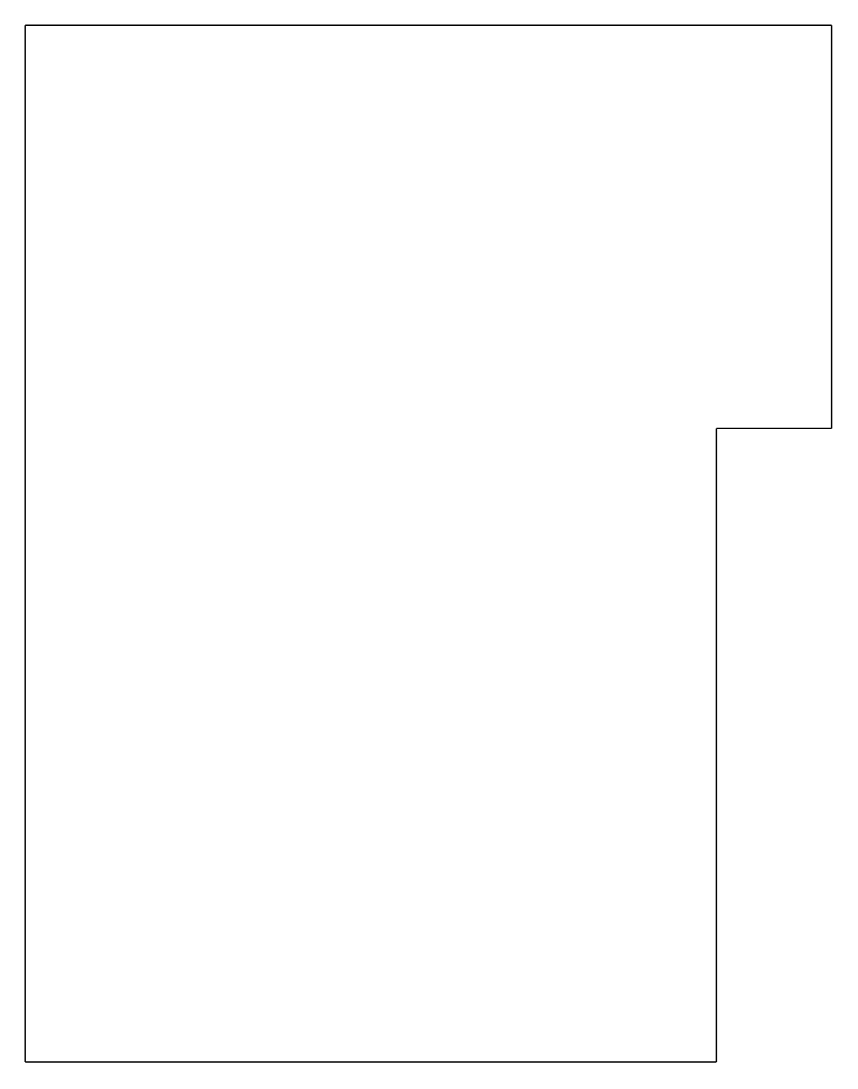
The draw.io diagram iq_office_distribution_AC3.drawio in jojedaiqu/ac3_diagrams, before the edit. Source tidied: cells renumbered, new cells numbered last; positions are measured from the earlier drawing's top-left corner, leaving out a move shared by most shapes. Both pictures are drawn from the tidied source at 144%, with x=0, y=0 at pixel (24, 24).
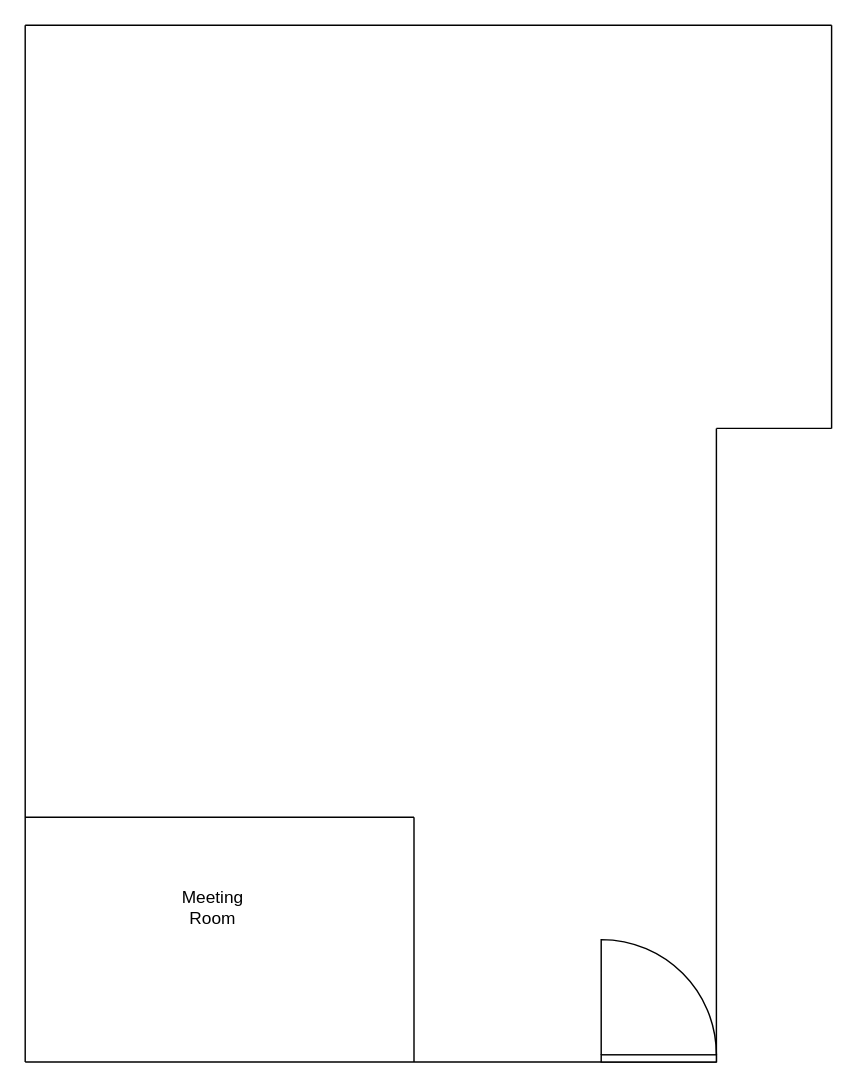
The same page after the edit.

Unchanged cells that the change refers to:
```xml
<mxCell id="2" style="group;" parent="1" vertex="1">
  <mxGeometry width="560" height="720" as="geometry" />
</mxCell>
```

The edit, as a diff of the source:
```diff
@@
+    <mxCell id="9" style="verticalLabelPosition=bottom;html=1;verticalAlign=top;align=center;shape=mxgraph.floorplan.doorRight;rotation=-180;" parent="2" vertex="1">
+      <mxGeometry x="400" y="635" width="80" height="85" as="geometry" />
+    </mxCell>
+    <mxCell id="10" style="endArrow=none;html=1;rounded=0;" parent="2" edge="1">
+      <mxGeometry relative="1" as="geometry">
+        <mxPoint y="550" as="sourcePoint" />
+        <mxPoint x="270" y="550" as="targetPoint" />
+      </mxGeometry>
+    </mxCell>
+    <mxCell id="11" style="endArrow=none;html=1;rounded=0;" parent="2" edge="1">
+      <mxGeometry relative="1" as="geometry">
+        <mxPoint x="270" y="720" as="sourcePoint" />
+        <mxPoint x="270" y="550" as="targetPoint" />
+      </mxGeometry>
+    </mxCell>
+    <mxCell id="12" value="Meeting&lt;div&gt;Room&lt;/div&gt;" style="text;html=1;align=center;verticalAlign=middle;strokeColor=none;fillColor=none;" parent="1" vertex="1">
+      <mxGeometry x="95" y="593" width="70" height="40" as="geometry" />
+    </mxCell>
```
